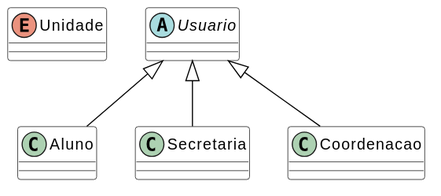
Above: docs/assets/Diagramas/out/diagrama_classes_usuarios.svg in Projetos-de-Extensao/PBE_26.1_8002_III (PlantUML), before the change.
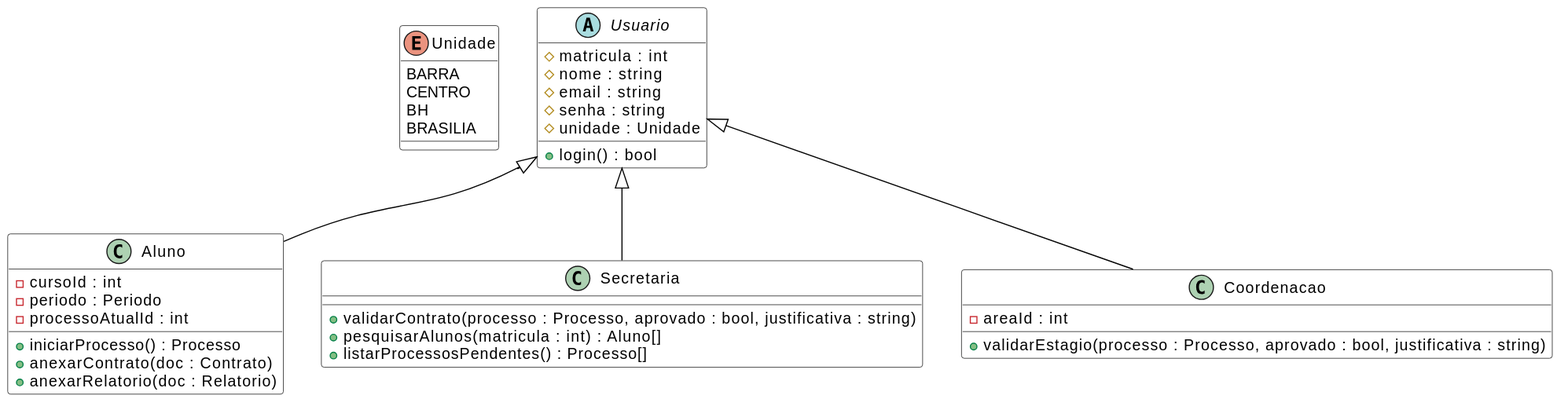
Later version of the same file.

Change to the diagram source:
```diff
@@ -6,17 +6,38 @@
 }
 
 enum Unidade {
+BARRA
+CENTRO
+BH
+BRASILIA
 }
 
 abstract class Usuario {
+# matricula : int
+# nome : string
+# email : string
+# senha : string
+# unidade : Unidade
++ login() : bool
 }
 
 class Aluno extends Usuario {
+- cursoId : int
+- periodo : Periodo
+- processoAtualId : int
++ iniciarProcesso() : Processo
++ anexarContrato(doc : Contrato)
++ anexarRelatorio(doc : Relatorio)
 }
 
 class Secretaria extends Usuario {
++ validarContrato(processo : Processo, aprovado : bool, justificativa : string)
++ pesquisarAlunos(matricula : int) : Aluno[]
++ listarProcessosPendentes() : Processo[]
 }
 
 class Coordenacao extends Usuario {
+- areaId : int
++ validarEstagio(processo : Processo, aprovado : bool, justificativa : string)
 }
 @enduml
```
